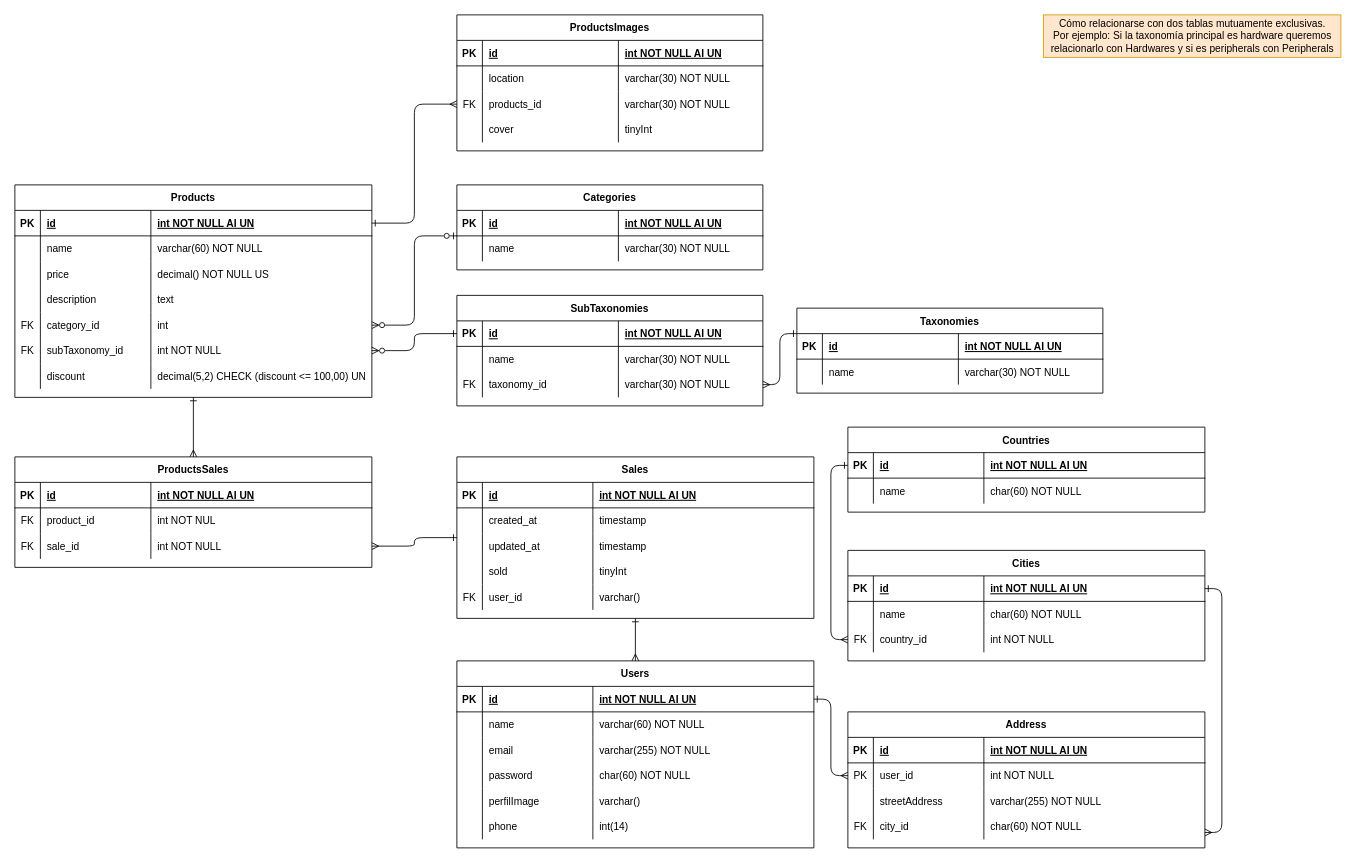
Earlier version of the draw.io diagram diagramaDB/Grupo-10-db.drawio (0921CDFSNCN22LAED/grupo-10). Source tidied: cells renumbered, new cells numbered last; positions are measured from the earlier drawing's top-left corner, leaving out a move shared by most shapes. Both pictures are drawn from the tidied source at 85%, with x=0, y=0 at pixel (14, 14).
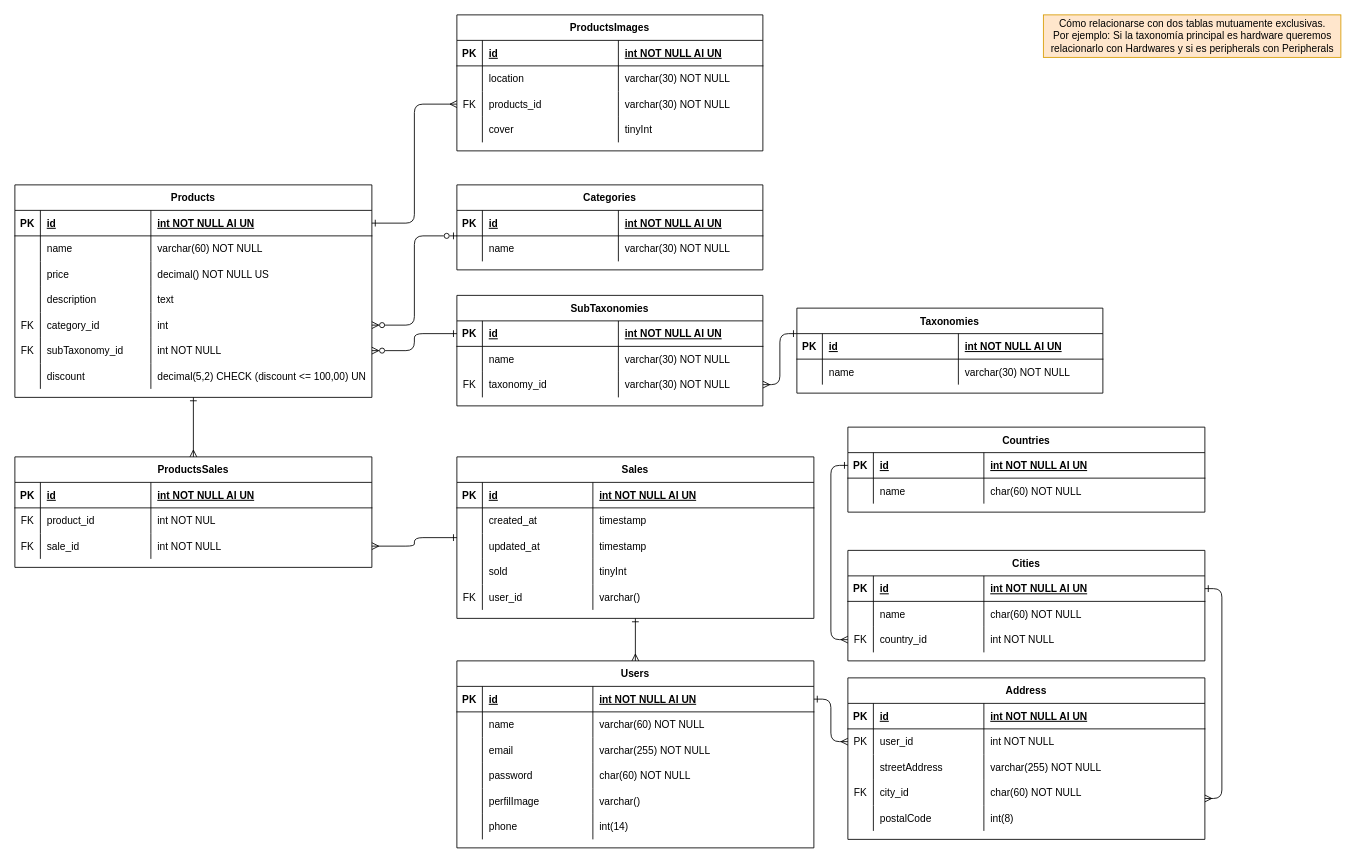
The same page after the edit.

Unchanged cells that the change refers to:
```xml
<mxCell id="161" style="shape=partialRectangle;fillColor=none;points=[[0,0.5],[1,0.5]];portConstraint=eastwest;top=0;left=0;right=0;bottom=0;" parent="148" vertex="1">
  <mxGeometry y="120" width="420" height="30" as="geometry" />
</mxCell>
<mxCell id="166" style="shape=partialRectangle;fillColor=none;points=[[0,0.5],[1,0.5]];portConstraint=eastwest;top=0;left=0;right=0;bottom=1;" parent="165" vertex="1">
  <mxGeometry y="30" width="420" height="30" as="geometry" />
</mxCell>
```

What changed in the source:
```diff
@@
     <mxCell id="147" style="edgeStyle=orthogonalEdgeStyle;jettySize=auto;html=1;startArrow=ERmany;startFill=0;endArrow=ERone;endFill=0;exitX=1;exitY=0.729;exitDx=0;exitDy=0;exitPerimeter=0;entryX=1;entryY=0.5;entryDx=0;entryDy=0;" parent="1" edge="1" source="161" target="166">
       <mxGeometry relative="1" as="geometry">
         <Array as="points">
-          <mxPoint x="1420" y="962" />
+          <mxPoint x="1420" y="922" />
           <mxPoint x="1420" y="675" />
         </Array>
       </mxGeometry>
     </mxCell>
     <mxCell id="148" value="Address" style="shape=table;startSize=30;childLayout=tableLayout;rowLines=0;fontStyle=1;align=center;" parent="1" vertex="1">
-      <mxGeometry x="980" y="820" width="420" height="160" as="geometry" />
+      <mxGeometry x="980" y="780" width="420" height="190" as="geometry" />
     </mxCell>
@@
+    <mxCell id="188" style="shape=partialRectangle;fillColor=none;top=0;left=0;right=0;bottom=0;" parent="148" vertex="1">
+      <mxGeometry y="150" width="420" height="30" as="geometry" />
+    </mxCell>
+    <mxCell id="189" style="shape=partialRectangle;overflow=hidden;fillColor=none;top=0;left=0;bottom=0;right=0;" parent="188" vertex="1">
+      <mxGeometry width="30" height="30" as="geometry" />
+    </mxCell>
+    <mxCell id="190" value="postalCode" style="shape=partialRectangle;overflow=hidden;fillColor=none;top=0;left=0;bottom=0;right=0;align=left;spacingLeft=6;" parent="188" vertex="1">
+      <mxGeometry x="30" width="130" height="30" as="geometry" />
+    </mxCell>
+    <mxCell id="191" value="int(8)" style="shape=partialRectangle;overflow=hidden;fillColor=none;top=0;left=0;bottom=0;right=0;align=left;spacingLeft=6;" parent="188" vertex="1">
+      <mxGeometry x="160" width="260" height="30" as="geometry" />
+    </mxCell>
```
